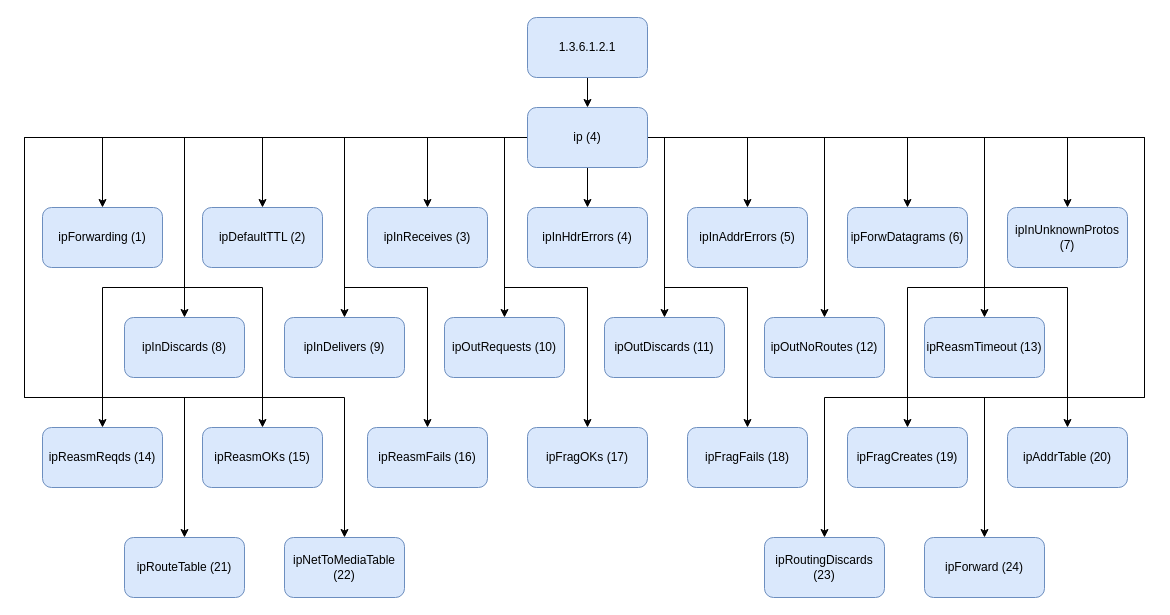
OscarMendoza-afk/Redes3 keeps this draw.io diagram as MIB Diagramas/Mib.drawio. Above is the earlier version. Source tidied: cells renumbered, new cells numbered last; positions are measured from the earlier drawing's top-left corner, leaving out a move shared by most shapes. Both pictures are drawn from the tidied source at 100%, with x=0, y=0 at pixel (24, 17).
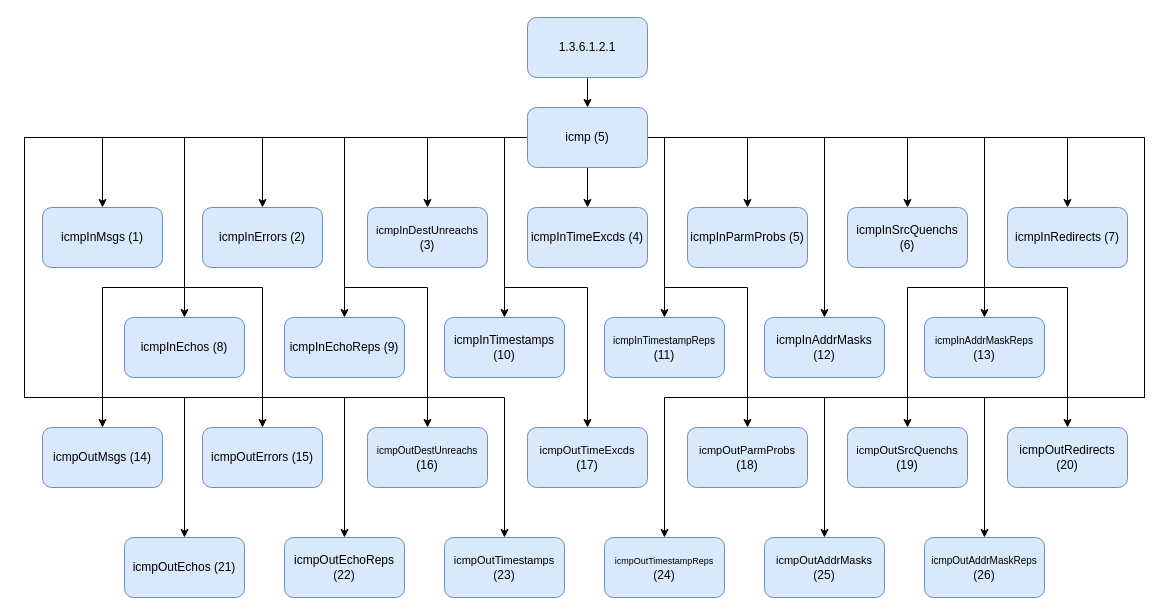
After the change.

Commit message:
Mib Icmp

Diff of the diagram source:
```diff
@@
+    <mxCell id="53" style="edgeStyle=orthogonalEdgeStyle;rounded=0;jettySize=auto;html=1;" parent="1" edge="1" source="26" target="55">
+      <mxGeometry relative="1" as="geometry">
+        <Array as="points">
+          <mxPoint y="120" />
+          <mxPoint y="380" />
+          <mxPoint x="480" y="380" />
+        </Array>
+      </mxGeometry>
+    </mxCell>
+    <mxCell id="54" style="edgeStyle=orthogonalEdgeStyle;rounded=0;jettySize=auto;html=1;" parent="1" edge="1" source="26" target="56">
+      <mxGeometry relative="1" as="geometry">
+        <Array as="points">
+          <mxPoint x="1120" y="120" />
+          <mxPoint x="1120" y="380" />
+          <mxPoint x="640" y="380" />
+        </Array>
+      </mxGeometry>
+    </mxCell>
-    <mxCell id="26" value="ip (4)" style="rounded=1;whiteSpace=wrap;html=1;fillColor=#dae8fc;strokeColor=#6c8ebf;" parent="1" vertex="1">
+    <mxCell id="26" value="icmp (5)" style="rounded=1;whiteSpace=wrap;html=1;fillColor=#dae8fc;strokeColor=#6c8ebf;" parent="1" vertex="1">
       <mxGeometry x="503" y="90" width="120" height="60" as="geometry" />
     </mxCell>
-    <mxCell id="27" value="ipForwarding (1)" style="whiteSpace=wrap;html=1;rounded=1;fillColor=#dae8fc;strokeColor=#6c8ebf;" parent="1" vertex="1">
+    <mxCell id="27" value="icmpInMsgs (1)" style="whiteSpace=wrap;html=1;rounded=1;fillColor=#dae8fc;strokeColor=#6c8ebf;" parent="1" vertex="1">
       <mxGeometry x="18" y="190" width="120" height="60" as="geometry" />
     </mxCell>
@@
-    <mxCell id="30" value="ipDefaultTTL (2)" style="whiteSpace=wrap;html=1;fillColor=#dae8fc;strokeColor=#6c8ebf;rounded=1;" parent="1" vertex="1">
+    <mxCell id="30" value="icmpInErrors (2)" style="whiteSpace=wrap;html=1;fillColor=#dae8fc;strokeColor=#6c8ebf;rounded=1;" parent="1" vertex="1">
       <mxGeometry x="178" y="190" width="120" height="60" as="geometry" />
     </mxCell>
-    <mxCell id="31" value="ipInReceives (3)" style="rounded=1;whiteSpace=wrap;html=1;fillColor=#dae8fc;strokeColor=#6c8ebf;" parent="1" vertex="1">
+    <mxCell id="31" value="&lt;font style=&quot;font-size: 11px&quot;&gt;icmpInDestUnreachs&lt;/font&gt; (3)" style="rounded=1;whiteSpace=wrap;html=1;fillColor=#dae8fc;strokeColor=#6c8ebf;" parent="1" vertex="1">
       <mxGeometry x="343" y="190" width="120" height="60" as="geometry" />
     </mxCell>
-    <mxCell id="32" value="ipInHdrErrors (4)" style="whiteSpace=wrap;html=1;fillColor=#dae8fc;strokeColor=#6c8ebf;rounded=1;" parent="1" vertex="1">
+    <mxCell id="32" value="icmpInTimeExcds (4)" style="whiteSpace=wrap;html=1;fillColor=#dae8fc;strokeColor=#6c8ebf;rounded=1;" parent="1" vertex="1">
       <mxGeometry x="503" y="190" width="120" height="60" as="geometry" />
     </mxCell>
-    <mxCell id="33" value="ipInAddrErrors (5)" style="whiteSpace=wrap;html=1;fillColor=#dae8fc;strokeColor=#6c8ebf;rounded=1;" parent="1" vertex="1">
+    <mxCell id="33" value="icmpInParmProbs (5)" style="whiteSpace=wrap;html=1;fillColor=#dae8fc;strokeColor=#6c8ebf;rounded=1;" parent="1" vertex="1">
       <mxGeometry x="663" y="190" width="120" height="60" as="geometry" />
     </mxCell>
-    <mxCell id="34" value="ipForwDatagrams (6)" style="whiteSpace=wrap;html=1;fillColor=#dae8fc;strokeColor=#6c8ebf;rounded=1;" parent="1" vertex="1">
+    <mxCell id="34" value="icmpInSrcQuenchs (6)" style="whiteSpace=wrap;html=1;fillColor=#dae8fc;strokeColor=#6c8ebf;rounded=1;" parent="1" vertex="1">
       <mxGeometry x="823" y="190" width="120" height="60" as="geometry" />
     </mxCell>
-    <mxCell id="35" value="ipInUnknownProtos (7)" style="whiteSpace=wrap;html=1;fillColor=#dae8fc;strokeColor=#6c8ebf;rounded=1;" parent="1" vertex="1">
+    <mxCell id="35" value="icmpInRedirects (7)" style="whiteSpace=wrap;html=1;fillColor=#dae8fc;strokeColor=#6c8ebf;rounded=1;" parent="1" vertex="1">
       <mxGeometry x="983" y="190" width="120" height="60" as="geometry" />
     </mxCell>
-    <mxCell id="36" value="&lt;div&gt;ipInDiscards (8)&lt;/div&gt;" style="whiteSpace=wrap;html=1;fillColor=#dae8fc;strokeColor=#6c8ebf;rounded=1;" parent="1" vertex="1">
+    <mxCell id="36" value="&lt;div&gt;icmpInEchos (8)&lt;/div&gt;" style="whiteSpace=wrap;html=1;fillColor=#dae8fc;strokeColor=#6c8ebf;rounded=1;" parent="1" vertex="1">
       <mxGeometry x="100" y="300" width="120" height="60" as="geometry" />
     </mxCell>
-    <mxCell id="37" value="ipInDelivers (9)" style="whiteSpace=wrap;html=1;fillColor=#dae8fc;strokeColor=#6c8ebf;rounded=1;" parent="1" vertex="1">
+    <mxCell id="37" value="icmpInEchoReps (9)" style="whiteSpace=wrap;html=1;fillColor=#dae8fc;strokeColor=#6c8ebf;rounded=1;" parent="1" vertex="1">
       <mxGeometry x="260" y="300" width="120" height="60" as="geometry" />
     </mxCell>
-    <mxCell id="38" value="ipOutRequests (10)" style="whiteSpace=wrap;html=1;fillColor=#dae8fc;strokeColor=#6c8ebf;rounded=1;" parent="1" vertex="1">
+    <mxCell id="38" value="icmpInTimestamps (10)" style="whiteSpace=wrap;html=1;fillColor=#dae8fc;strokeColor=#6c8ebf;rounded=1;" parent="1" vertex="1">
       <mxGeometry x="420" y="300" width="120" height="60" as="geometry" />
     </mxCell>
-    <mxCell id="39" value="ipOutDiscards (11)" style="whiteSpace=wrap;html=1;fillColor=#dae8fc;strokeColor=#6c8ebf;rounded=1;" parent="1" vertex="1">
+    <mxCell id="39" value="&lt;font style=&quot;font-size: 10px&quot;&gt;icmpInTimestampReps&lt;/font&gt; (11)" style="whiteSpace=wrap;html=1;fillColor=#dae8fc;strokeColor=#6c8ebf;rounded=1;" parent="1" vertex="1">
       <mxGeometry x="580" y="300" width="120" height="60" as="geometry" />
     </mxCell>
-    <mxCell id="40" value="ipOutNoRoutes (12)" style="whiteSpace=wrap;html=1;fillColor=#dae8fc;strokeColor=#6c8ebf;rounded=1;" parent="1" vertex="1">
+    <mxCell id="40" value="icmpInAddrMasks (12)" style="whiteSpace=wrap;html=1;fillColor=#dae8fc;strokeColor=#6c8ebf;rounded=1;" parent="1" vertex="1">
       <mxGeometry x="740" y="300" width="120" height="60" as="geometry" />
     </mxCell>
-    <mxCell id="41" value="ipReasmTimeout (13)" style="whiteSpace=wrap;html=1;fillColor=#dae8fc;strokeColor=#6c8ebf;rounded=1;" parent="1" vertex="1">
+    <mxCell id="41" value="&lt;font style=&quot;font-size: 10px&quot;&gt;icmpInAddrMaskReps&lt;/font&gt; (13)" style="whiteSpace=wrap;html=1;fillColor=#dae8fc;strokeColor=#6c8ebf;rounded=1;" parent="1" vertex="1">
       <mxGeometry x="900" y="300" width="120" height="60" as="geometry" />
     </mxCell>
-    <mxCell id="42" value="ipReasmReqds (14)" style="rounded=1;whiteSpace=wrap;html=1;fillColor=#dae8fc;strokeColor=#6c8ebf;" parent="1" vertex="1">
+    <mxCell id="42" value="icmpOutMsgs (14)" style="rounded=1;whiteSpace=wrap;html=1;fillColor=#dae8fc;strokeColor=#6c8ebf;" parent="1" vertex="1">
       <mxGeometry x="18" y="410" width="120" height="60" as="geometry" />
     </mxCell>
-    <mxCell id="43" value="ipReasmOKs (15)" style="whiteSpace=wrap;html=1;fillColor=#dae8fc;strokeColor=#6c8ebf;rounded=1;" parent="1" vertex="1">
+    <mxCell id="43" value="icmpOutErrors (15)" style="whiteSpace=wrap;html=1;fillColor=#dae8fc;strokeColor=#6c8ebf;rounded=1;" parent="1" vertex="1">
       <mxGeometry x="178" y="410" width="120" height="60" as="geometry" />
     </mxCell>
-    <mxCell id="44" value="ipReasmFails (16)" style="whiteSpace=wrap;html=1;fillColor=#dae8fc;strokeColor=#6c8ebf;rounded=1;" parent="1" vertex="1">
+    <mxCell id="44" value="&lt;font style=&quot;font-size: 10px&quot;&gt;icmpOutDestUnreachs&lt;/font&gt; (16)" style="whiteSpace=wrap;html=1;fillColor=#dae8fc;strokeColor=#6c8ebf;rounded=1;" parent="1" vertex="1">
       <mxGeometry x="343" y="410" width="120" height="60" as="geometry" />
     </mxCell>
-    <mxCell id="45" value="ipFragOKs (17)" style="whiteSpace=wrap;html=1;fillColor=#dae8fc;strokeColor=#6c8ebf;rounded=1;" parent="1" vertex="1">
+    <mxCell id="45" value="&lt;font style=&quot;font-size: 11px&quot;&gt;icmpOutTimeExcds&lt;/font&gt; (17)" style="whiteSpace=wrap;html=1;fillColor=#dae8fc;strokeColor=#6c8ebf;rounded=1;" parent="1" vertex="1">
       <mxGeometry x="503" y="410" width="120" height="60" as="geometry" />
     </mxCell>
-    <mxCell id="46" value="ipFragFails (18)" style="whiteSpace=wrap;html=1;fillColor=#dae8fc;strokeColor=#6c8ebf;rounded=1;" parent="1" vertex="1">
+    <mxCell id="46" value="&lt;font style=&quot;font-size: 11px&quot;&gt;icmpOutParmProbs&lt;/font&gt; (18)" style="whiteSpace=wrap;html=1;fillColor=#dae8fc;strokeColor=#6c8ebf;rounded=1;" parent="1" vertex="1">
       <mxGeometry x="663" y="410" width="120" height="60" as="geometry" />
     </mxCell>
-    <mxCell id="47" value="ipFragCreates (19)" style="whiteSpace=wrap;html=1;fillColor=#dae8fc;strokeColor=#6c8ebf;rounded=1;" parent="1" vertex="1">
+    <mxCell id="47" value="&lt;font style=&quot;font-size: 11px&quot;&gt;icmpOutSrcQuenchs&lt;/font&gt; (19)" style="whiteSpace=wrap;html=1;fillColor=#dae8fc;strokeColor=#6c8ebf;rounded=1;" parent="1" vertex="1">
       <mxGeometry x="823" y="410" width="120" height="60" as="geometry" />
     </mxCell>
-    <mxCell id="48" value="ipAddrTable (20)" style="whiteSpace=wrap;html=1;fillColor=#dae8fc;strokeColor=#6c8ebf;rounded=1;" parent="1" vertex="1">
+    <mxCell id="48" value="icmpOutRedirects (20)" style="whiteSpace=wrap;html=1;fillColor=#dae8fc;strokeColor=#6c8ebf;rounded=1;" parent="1" vertex="1">
       <mxGeometry x="983" y="410" width="120" height="60" as="geometry" />
     </mxCell>
-    <mxCell id="49" value="ipRouteTable (21)" style="whiteSpace=wrap;html=1;fillColor=#dae8fc;strokeColor=#6c8ebf;rounded=1;" parent="1" vertex="1">
+    <mxCell id="49" value="icmpOutEchos (21)" style="whiteSpace=wrap;html=1;fillColor=#dae8fc;strokeColor=#6c8ebf;rounded=1;" parent="1" vertex="1">
       <mxGeometry x="100" y="520" width="120" height="60" as="geometry" />
     </mxCell>
-    <mxCell id="50" value="ipNetToMediaTable (22)" style="whiteSpace=wrap;html=1;fillColor=#dae8fc;strokeColor=#6c8ebf;rounded=1;" parent="1" vertex="1">
+    <mxCell id="50" value="icmpOutEchoReps (22)" style="whiteSpace=wrap;html=1;fillColor=#dae8fc;strokeColor=#6c8ebf;rounded=1;" parent="1" vertex="1">
       <mxGeometry x="260" y="520" width="120" height="60" as="geometry" />
     </mxCell>
-    <mxCell id="51" value="ipForward (24)" style="whiteSpace=wrap;html=1;fillColor=#dae8fc;strokeColor=#6c8ebf;rounded=1;" parent="1" vertex="1">
+    <mxCell id="51" value="&lt;font style=&quot;font-size: 10px&quot;&gt;icmpOutAddrMaskReps&lt;/font&gt; (26)" style="whiteSpace=wrap;html=1;fillColor=#dae8fc;strokeColor=#6c8ebf;rounded=1;" parent="1" vertex="1">
       <mxGeometry x="900" y="520" width="120" height="60" as="geometry" />
     </mxCell>
-    <mxCell id="52" value="ipRoutingDiscards (23)" style="whiteSpace=wrap;html=1;fillColor=#dae8fc;strokeColor=#6c8ebf;rounded=1;" parent="1" vertex="1">
+    <mxCell id="52" value="&lt;font style=&quot;font-size: 11px&quot;&gt;icmpOutAddrMasks&lt;/font&gt; (25)" style="whiteSpace=wrap;html=1;fillColor=#dae8fc;strokeColor=#6c8ebf;rounded=1;" parent="1" vertex="1">
       <mxGeometry x="740" y="520" width="120" height="60" as="geometry" />
     </mxCell>
+    <mxCell id="55" value="&lt;font style=&quot;font-size: 11px&quot;&gt;icmpOutTimestamps&lt;/font&gt; (23)" style="whiteSpace=wrap;html=1;fillColor=#dae8fc;strokeColor=#6c8ebf;rounded=1;" parent="1" vertex="1">
+      <mxGeometry x="420" y="520" width="120" height="60" as="geometry" />
+    </mxCell>
+    <mxCell id="56" value="&lt;font style=&quot;font-size: 9px&quot;&gt;icmpOutTimestampReps&lt;/font&gt; (24)" style="whiteSpace=wrap;html=1;fillColor=#dae8fc;strokeColor=#6c8ebf;rounded=1;" parent="1" vertex="1">
+      <mxGeometry x="580" y="520" width="120" height="60" as="geometry" />
+    </mxCell>
```
